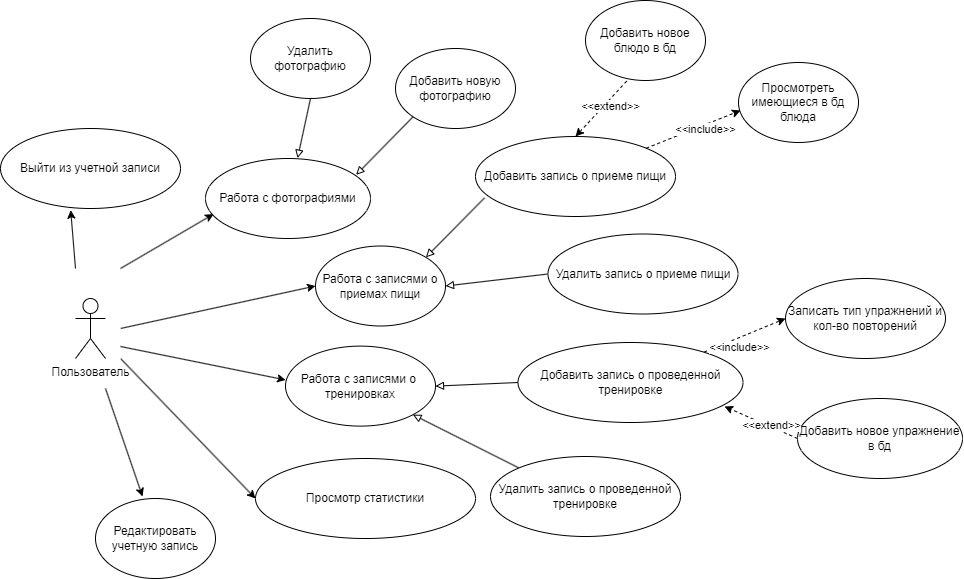
This is docs/diagrams/Use-case user.png from d-poluecktov/light-weight-app, a draw.io export, as it was before one commit. Source tidied: cells renumbered, new cells last; positions are measured from the earlier drawing's top-left corner, leaving out a move shared by most shapes. The source it was exported from:
```xml
<mxGraphModel>
  <root>
    <mxCell id="0" />
    <mxCell id="1" parent="0" />
    <mxCell id="2" style="rounded=0;jettySize=auto;html=1;exitX=0.5;exitY=0;exitDx=0;exitDy=0;entryX=0;entryY=0.5;entryDx=0;entryDy=0;" parent="1" edge="1" source="4" target="29">
      <mxGeometry relative="1" as="geometry" />
    </mxCell>
    <mxCell id="3" style="rounded=0;jettySize=auto;html=1;exitX=0.75;exitY=0;exitDx=0;exitDy=0;entryX=0;entryY=0.5;entryDx=0;entryDy=0;" parent="1" edge="1" source="4" target="9">
      <mxGeometry relative="1" as="geometry" />
    </mxCell>
    <mxCell id="4" style="rounded=0;whiteSpace=wrap;html=1;rotation=90;strokeColor=none;" parent="1" vertex="1">
      <mxGeometry x="30" y="298" width="120" height="60" as="geometry" />
    </mxCell>
    <mxCell id="5" value="Пользователь" style="shape=umlActor;verticalLabelPosition=bottom;verticalAlign=top;html=1;" parent="1" vertex="1">
      <mxGeometry x="75" y="298" width="30" height="60" as="geometry" />
    </mxCell>
    <mxCell id="6" value="Выйти из учетной записи" style="ellipse;whiteSpace=wrap;html=1;" parent="1" vertex="1">
      <mxGeometry y="128" width="180" height="80" as="geometry" />
    </mxCell>
    <mxCell id="7" style="rounded=0;jettySize=auto;html=1;exitX=0;exitY=0.75;exitDx=0;exitDy=0;entryX=0.39;entryY=1.021;entryDx=0;entryDy=0;entryPerimeter=0;" parent="1" edge="1" source="4" target="6">
      <mxGeometry relative="1" as="geometry" />
    </mxCell>
    <mxCell id="8" style="rounded=0;jettySize=auto;html=1;exitX=0.65;exitY=0;exitDx=0;exitDy=0;exitPerimeter=0;entryX=0.001;entryY=0.423;entryDx=0;entryDy=0;entryPerimeter=0;" parent="1" edge="1" source="4" target="32">
      <mxGeometry relative="1" as="geometry" />
    </mxCell>
    <mxCell id="9" value="Просмотр статистики" style="ellipse;whiteSpace=wrap;html=1;" parent="1" vertex="1">
      <mxGeometry x="255" y="458" width="220" height="80" as="geometry" />
    </mxCell>
    <mxCell id="10" value="Редактировать учетную запись" style="ellipse;whiteSpace=wrap;html=1;" parent="1" vertex="1">
      <mxGeometry x="95" y="498" width="120" height="80" as="geometry" />
    </mxCell>
    <mxCell id="11" style="rounded=0;jettySize=auto;html=1;exitX=1;exitY=0.25;exitDx=0;exitDy=0;entryX=0.392;entryY=-0.025;entryDx=0;entryDy=0;entryPerimeter=0;" parent="1" edge="1" source="4" target="10">
      <mxGeometry relative="1" as="geometry" />
    </mxCell>
    <mxCell id="12" style="rounded=0;jettySize=auto;html=1;exitX=0;exitY=0;exitDx=0;exitDy=0;entryX=0.049;entryY=0.695;entryDx=0;entryDy=0;entryPerimeter=0;" parent="1" edge="1" source="4" target="30">
      <mxGeometry relative="1" as="geometry" />
    </mxCell>
    <mxCell id="13" style="rounded=0;jettySize=auto;html=1;exitX=0.045;exitY=0.768;exitDx=0;exitDy=0;entryX=1;entryY=0;entryDx=0;entryDy=0;endArrow=block;endFill=0;exitPerimeter=0;" parent="1" edge="1" source="14" target="29">
      <mxGeometry relative="1" as="geometry" />
    </mxCell>
    <mxCell id="14" value="Добавить запись о приеме пищи" style="ellipse;whiteSpace=wrap;html=1;" parent="1" vertex="1">
      <mxGeometry x="475" y="136" width="200" height="80" as="geometry" />
    </mxCell>
    <mxCell id="15" value="Добавить запись о проведенной тренировке" style="ellipse;whiteSpace=wrap;html=1;" parent="1" vertex="1">
      <mxGeometry x="517.5" y="342" width="225" height="80" as="geometry" />
    </mxCell>
    <mxCell id="16" style="rounded=0;jettySize=auto;html=1;dashed=1;entryX=0;entryY=0.5;entryDx=0;entryDy=0;" parent="1" edge="1" source="15" target="18">
      <mxGeometry relative="1" as="geometry" />
    </mxCell>
    <mxCell id="17" value="&amp;lt;&amp;lt;include&amp;gt;&amp;gt;" style="edgeLabel;html=1;align=center;verticalAlign=middle;" parent="16" vertex="1">
      <mxGeometry x="-0.59" y="-2" relative="1" as="geometry">
        <mxPoint x="18" y="-2" as="offset" />
      </mxGeometry>
    </mxCell>
    <mxCell id="18" value="Записать тип упражнений и кол-во повторений" style="ellipse;whiteSpace=wrap;html=1;" parent="1" vertex="1">
      <mxGeometry x="785" y="278" width="160" height="80" as="geometry" />
    </mxCell>
    <mxCell id="19" value="Просмотреть имеющиеся в бд блюда" style="ellipse;whiteSpace=wrap;html=1;" parent="1" vertex="1">
      <mxGeometry x="738" y="62" width="120" height="80" as="geometry" />
    </mxCell>
    <mxCell id="20" style="rounded=0;jettySize=auto;html=1;exitX=1;exitY=0;exitDx=0;exitDy=0;entryX=0.017;entryY=0.6;entryDx=0;entryDy=0;entryPerimeter=0;dashed=1;" parent="1" edge="1" source="14" target="19">
      <mxGeometry relative="1" as="geometry" />
    </mxCell>
    <mxCell id="21" value="&amp;lt;&amp;lt;include&amp;gt;&amp;gt;" style="edgeLabel;html=1;align=center;verticalAlign=middle;" parent="20" vertex="1">
      <mxGeometry x="0.2" y="-2" relative="1" as="geometry">
        <mxPoint x="1" as="offset" />
      </mxGeometry>
    </mxCell>
    <mxCell id="22" style="rounded=0;jettySize=auto;html=1;dashed=1;exitX=0.343;exitY=1.008;exitDx=0;exitDy=0;entryX=0.5;entryY=0;entryDx=0;entryDy=0;exitPerimeter=0;" parent="1" edge="1" source="24" target="14">
      <mxGeometry relative="1" as="geometry" />
    </mxCell>
    <mxCell id="23" value="&amp;lt;&amp;lt;extend&amp;gt;&amp;gt;" style="edgeLabel;html=1;align=center;verticalAlign=middle;" parent="22" vertex="1">
      <mxGeometry x="-0.2" y="3" relative="1" as="geometry" />
    </mxCell>
    <mxCell id="24" value="Добавить новое блюдо в бд" style="ellipse;whiteSpace=wrap;html=1;" parent="1" vertex="1">
      <mxGeometry x="585" width="120" height="80" as="geometry" />
    </mxCell>
    <mxCell id="25" value="Добавить новую фотографию" style="ellipse;whiteSpace=wrap;html=1;" parent="1" vertex="1">
      <mxGeometry x="395" y="48" width="120" height="80" as="geometry" />
    </mxCell>
    <mxCell id="26" value="Добавить новое упражнение в бд" style="ellipse;whiteSpace=wrap;html=1;" parent="1" vertex="1">
      <mxGeometry x="797" y="398" width="165" height="80" as="geometry" />
    </mxCell>
    <mxCell id="27" style="rounded=0;jettySize=auto;html=1;exitX=0;exitY=0.5;exitDx=0;exitDy=0;entryX=0.918;entryY=0.8;entryDx=0;entryDy=0;entryPerimeter=0;dashed=1;" parent="1" edge="1" source="26" target="15">
      <mxGeometry relative="1" as="geometry" />
    </mxCell>
    <mxCell id="28" value="&amp;lt;&amp;lt;extend&amp;gt;&amp;gt;" style="edgeLabel;html=1;align=center;verticalAlign=middle;" parent="27" vertex="1">
      <mxGeometry x="-0.23" relative="1" as="geometry">
        <mxPoint y="-3" as="offset" />
      </mxGeometry>
    </mxCell>
    <mxCell id="29" value="Работа с записями о приемах пищи" style="ellipse;whiteSpace=wrap;html=1;" parent="1" vertex="1">
      <mxGeometry x="315" y="245.5" width="130" height="80" as="geometry" />
    </mxCell>
    <mxCell id="30" value="Работа с фотографиями" style="ellipse;whiteSpace=wrap;html=1;" parent="1" vertex="1">
      <mxGeometry x="205" y="158" width="165" height="80" as="geometry" />
    </mxCell>
    <mxCell id="31" style="rounded=0;jettySize=auto;html=1;exitX=0;exitY=1;exitDx=0;exitDy=0;entryX=0.913;entryY=0.204;entryDx=0;entryDy=0;entryPerimeter=0;endArrow=block;endFill=0;" parent="1" edge="1" source="25" target="30">
      <mxGeometry relative="1" as="geometry" />
    </mxCell>
    <mxCell id="32" value="Работа с записями о&amp;nbsp;&lt;div&gt;тренировках&lt;/div&gt;" style="ellipse;whiteSpace=wrap;html=1;" parent="1" vertex="1">
      <mxGeometry x="285" y="345.6" width="150" height="80" as="geometry" />
    </mxCell>
    <mxCell id="33" style="rounded=0;jettySize=auto;html=1;exitX=0;exitY=0.5;exitDx=0;exitDy=0;entryX=1;entryY=0.5;entryDx=0;entryDy=0;endArrow=block;endFill=0;" parent="1" edge="1" source="15" target="32">
      <mxGeometry relative="1" as="geometry" />
    </mxCell>
    <mxCell id="34" style="rounded=0;jettySize=auto;html=1;exitX=0;exitY=0.5;exitDx=0;exitDy=0;entryX=1;entryY=0.5;entryDx=0;entryDy=0;endArrow=block;endFill=0;" parent="1" edge="1" source="35" target="29">
      <mxGeometry relative="1" as="geometry" />
    </mxCell>
    <mxCell id="35" value="Удалить запись о приеме пищи" style="ellipse;whiteSpace=wrap;html=1;" parent="1" vertex="1">
      <mxGeometry x="547.5" y="233.5" width="190" height="80" as="geometry" />
    </mxCell>
    <mxCell id="36" style="rounded=0;jettySize=auto;html=1;exitX=0;exitY=0;exitDx=0;exitDy=0;entryX=1;entryY=1;entryDx=0;entryDy=0;endArrow=block;endFill=0;" parent="1" edge="1" source="37" target="32">
      <mxGeometry relative="1" as="geometry" />
    </mxCell>
    <mxCell id="37" value="Удалить запись о проведенной тренировке" style="ellipse;whiteSpace=wrap;html=1;" parent="1" vertex="1">
      <mxGeometry x="490" y="456" width="190" height="80" as="geometry" />
    </mxCell>
    <mxCell id="38" style="rounded=0;jettySize=auto;html=1;exitX=0.5;exitY=1;exitDx=0;exitDy=0;entryX=0.558;entryY=-0.004;entryDx=0;entryDy=0;entryPerimeter=0;endArrow=block;endFill=0;" parent="1" edge="1" source="39" target="30">
      <mxGeometry relative="1" as="geometry" />
    </mxCell>
    <mxCell id="39" value="Удалить фотографию" style="ellipse;whiteSpace=wrap;html=1;" parent="1" vertex="1">
      <mxGeometry x="250" y="18" width="120" height="80" as="geometry" />
    </mxCell>
  </root>
</mxGraphModel>
```
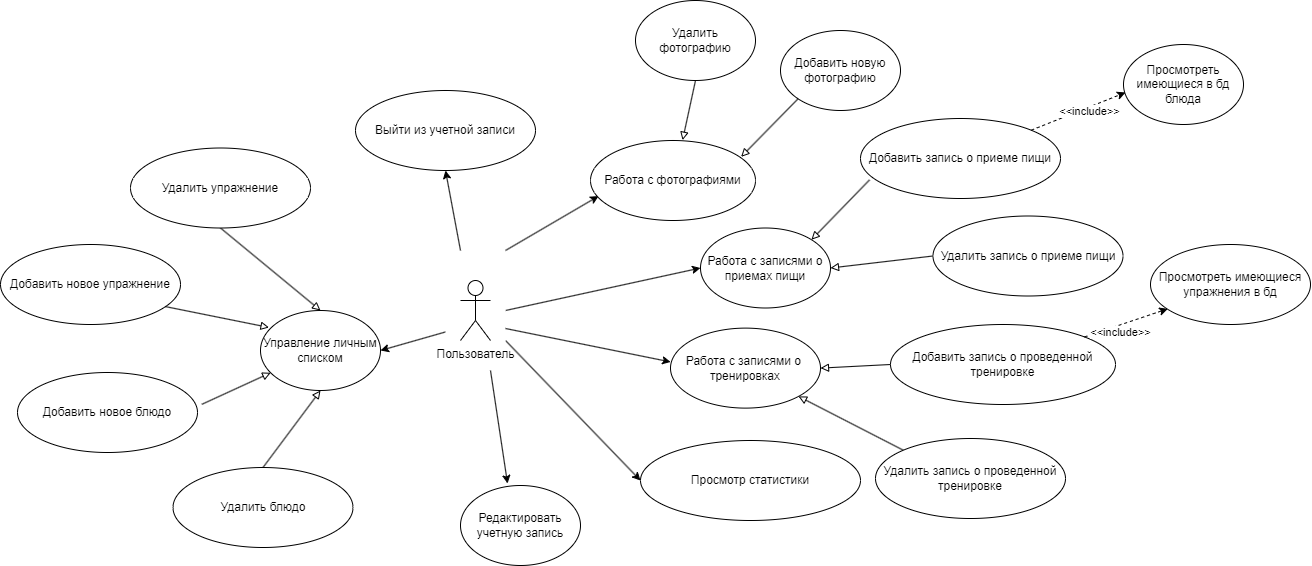
After the commit.

Change to the diagram source:
```diff
@@ -8,6 +8,9 @@
     <mxCell id="3" style="rounded=0;jettySize=auto;html=1;exitX=0.75;exitY=0;exitDx=0;exitDy=0;entryX=0;entryY=0.5;entryDx=0;entryDy=0;" parent="1" edge="1" source="4" target="9">
       <mxGeometry relative="1" as="geometry" />
     </mxCell>
+    <mxCell id="40" style="rounded=0;jettySize=auto;html=1;exitX=0.667;exitY=0.917;exitDx=0;exitDy=0;entryX=1;entryY=0.5;entryDx=0;entryDy=0;endArrow=classic;endFill=1;exitPerimeter=0;" parent="1" edge="1" source="4" target="44">
+      <mxGeometry relative="1" as="geometry" />
+    </mxCell>
     <mxCell id="4" style="rounded=0;whiteSpace=wrap;html=1;rotation=90;strokeColor=none;" parent="1" vertex="1">
       <mxGeometry x="30" y="298" width="120" height="60" as="geometry" />
     </mxCell>
@@ -15,9 +18,9 @@
       <mxGeometry x="75" y="298" width="30" height="60" as="geometry" />
     </mxCell>
     <mxCell id="6" value="Выйти из учетной записи" style="ellipse;whiteSpace=wrap;html=1;" parent="1" vertex="1">
-      <mxGeometry y="128" width="180" height="80" as="geometry" />
+      <mxGeometry x="-30" y="108" width="180" height="80" as="geometry" />
     </mxCell>
-    <mxCell id="7" style="rounded=0;jettySize=auto;html=1;exitX=0;exitY=0.75;exitDx=0;exitDy=0;entryX=0.39;entryY=1.021;entryDx=0;entryDy=0;entryPerimeter=0;" parent="1" edge="1" source="4" target="6">
+    <mxCell id="7" style="rounded=0;jettySize=auto;html=1;exitX=0;exitY=0.75;exitDx=0;exitDy=0;entryX=0.5;entryY=1;entryDx=0;entryDy=0;" parent="1" edge="1" source="4" target="6">
       <mxGeometry relative="1" as="geometry" />
     </mxCell>
     <mxCell id="8" style="rounded=0;jettySize=auto;html=1;exitX=0.65;exitY=0;exitDx=0;exitDy=0;exitPerimeter=0;entryX=0.001;entryY=0.423;entryDx=0;entryDy=0;entryPerimeter=0;" parent="1" edge="1" source="4" target="32">
@@ -27,7 +30,7 @@
       <mxGeometry x="255" y="458" width="220" height="80" as="geometry" />
     </mxCell>
     <mxCell id="10" value="Редактировать учетную запись" style="ellipse;whiteSpace=wrap;html=1;" parent="1" vertex="1">
-      <mxGeometry x="95" y="498" width="120" height="80" as="geometry" />
+      <mxGeometry x="75" y="503" width="120" height="80" as="geometry" />
     </mxCell>
     <mxCell id="11" style="rounded=0;jettySize=auto;html=1;exitX=1;exitY=0.25;exitDx=0;exitDy=0;entryX=0.392;entryY=-0.025;entryDx=0;entryDy=0;entryPerimeter=0;" parent="1" edge="1" source="4" target="10">
       <mxGeometry relative="1" as="geometry" />
@@ -42,9 +45,9 @@
       <mxGeometry x="475" y="136" width="200" height="80" as="geometry" />
     </mxCell>
     <mxCell id="15" value="Добавить запись о проведенной тренировке" style="ellipse;whiteSpace=wrap;html=1;" parent="1" vertex="1">
-      <mxGeometry x="517.5" y="342" width="225" height="80" as="geometry" />
+      <mxGeometry x="505" y="342" width="225" height="80" as="geometry" />
     </mxCell>
-    <mxCell id="16" style="rounded=0;jettySize=auto;html=1;dashed=1;entryX=0;entryY=0.5;entryDx=0;entryDy=0;" parent="1" edge="1" source="15" target="18">
+    <mxCell id="16" style="rounded=0;jettySize=auto;html=1;dashed=1;entryX=0.108;entryY=0.804;entryDx=0;entryDy=0;entryPerimeter=0;" parent="1" edge="1" source="15" target="50">
       <mxGeometry relative="1" as="geometry" />
     </mxCell>
     <mxCell id="17" value="&amp;lt;&amp;lt;include&amp;gt;&amp;gt;" style="edgeLabel;html=1;align=center;verticalAlign=middle;" parent="16" vertex="1">
@@ -52,9 +55,6 @@
         <mxPoint x="18" y="-2" as="offset" />
       </mxGeometry>
     </mxCell>
-    <mxCell id="18" value="Записать тип упражнений и кол-во повторений" style="ellipse;whiteSpace=wrap;html=1;" parent="1" vertex="1">
-      <mxGeometry x="785" y="278" width="160" height="80" as="geometry" />
-    </mxCell>
     <mxCell id="19" value="Просмотреть имеющиеся в бд блюда" style="ellipse;whiteSpace=wrap;html=1;" parent="1" vertex="1">
       <mxGeometry x="738" y="62" width="120" height="80" as="geometry" />
     </mxCell>
@@ -66,29 +66,9 @@
         <mxPoint x="1" as="offset" />
       </mxGeometry>
     </mxCell>
-    <mxCell id="22" style="rounded=0;jettySize=auto;html=1;dashed=1;exitX=0.343;exitY=1.008;exitDx=0;exitDy=0;entryX=0.5;entryY=0;entryDx=0;entryDy=0;exitPerimeter=0;" parent="1" edge="1" source="24" target="14">
-      <mxGeometry relative="1" as="geometry" />
-    </mxCell>
-    <mxCell id="23" value="&amp;lt;&amp;lt;extend&amp;gt;&amp;gt;" style="edgeLabel;html=1;align=center;verticalAlign=middle;" parent="22" vertex="1">
-      <mxGeometry x="-0.2" y="3" relative="1" as="geometry" />
-    </mxCell>
-    <mxCell id="24" value="Добавить новое блюдо в бд" style="ellipse;whiteSpace=wrap;html=1;" parent="1" vertex="1">
-      <mxGeometry x="585" width="120" height="80" as="geometry" />
-    </mxCell>
     <mxCell id="25" value="Добавить новую фотографию" style="ellipse;whiteSpace=wrap;html=1;" parent="1" vertex="1">
       <mxGeometry x="395" y="48" width="120" height="80" as="geometry" />
     </mxCell>
-    <mxCell id="26" value="Добавить новое упражнение в бд" style="ellipse;whiteSpace=wrap;html=1;" parent="1" vertex="1">
-      <mxGeometry x="797" y="398" width="165" height="80" as="geometry" />
-    </mxCell>
-    <mxCell id="27" style="rounded=0;jettySize=auto;html=1;exitX=0;exitY=0.5;exitDx=0;exitDy=0;entryX=0.918;entryY=0.8;entryDx=0;entryDy=0;entryPerimeter=0;dashed=1;" parent="1" edge="1" source="26" target="15">
-      <mxGeometry relative="1" as="geometry" />
-    </mxCell>
-    <mxCell id="28" value="&amp;lt;&amp;lt;extend&amp;gt;&amp;gt;" style="edgeLabel;html=1;align=center;verticalAlign=middle;" parent="27" vertex="1">
-      <mxGeometry x="-0.23" relative="1" as="geometry">
-        <mxPoint y="-3" as="offset" />
-      </mxGeometry>
-    </mxCell>
     <mxCell id="29" value="Работа с записями о приемах пищи" style="ellipse;whiteSpace=wrap;html=1;" parent="1" vertex="1">
       <mxGeometry x="315" y="245.5" width="130" height="80" as="geometry" />
     </mxCell>
@@ -122,5 +102,35 @@
     <mxCell id="39" value="Удалить фотографию" style="ellipse;whiteSpace=wrap;html=1;" parent="1" vertex="1">
       <mxGeometry x="250" y="18" width="120" height="80" as="geometry" />
     </mxCell>
+    <mxCell id="41" style="rounded=0;jettySize=auto;html=1;exitX=1.024;exitY=0.398;exitDx=0;exitDy=0;endArrow=block;endFill=0;exitPerimeter=0;" parent="1" edge="1" source="42" target="44">
+      <mxGeometry relative="1" as="geometry" />
+    </mxCell>
+    <mxCell id="42" value="Добавить новое блюдо" style="ellipse;whiteSpace=wrap;html=1;" parent="1" vertex="1">
+      <mxGeometry x="-368" y="390" width="180" height="80" as="geometry" />
+    </mxCell>
+    <mxCell id="43" value="Добавить новое упражнение" style="ellipse;whiteSpace=wrap;html=1;" parent="1" vertex="1">
+      <mxGeometry x="-385" y="262" width="180" height="80" as="geometry" />
+    </mxCell>
+    <mxCell id="44" value="Управление личным списком" style="ellipse;whiteSpace=wrap;html=1;" parent="1" vertex="1">
+      <mxGeometry x="-125" y="328" width="120" height="80" as="geometry" />
+    </mxCell>
+    <mxCell id="45" style="rounded=0;jettySize=auto;html=1;exitX=0.916;exitY=0.776;exitDx=0;exitDy=0;entryX=0.071;entryY=0.212;entryDx=0;entryDy=0;endArrow=block;endFill=0;exitPerimeter=0;entryPerimeter=0;" parent="1" edge="1" source="43" target="44">
+      <mxGeometry relative="1" as="geometry" />
+    </mxCell>
+    <mxCell id="46" style="rounded=0;jettySize=auto;html=1;exitX=0.5;exitY=1;exitDx=0;exitDy=0;entryX=0.5;entryY=0;entryDx=0;entryDy=0;endArrow=block;endFill=0;" parent="1" edge="1" source="47" target="44">
+      <mxGeometry relative="1" as="geometry" />
+    </mxCell>
+    <mxCell id="47" value="Удалить упражнение" style="ellipse;whiteSpace=wrap;html=1;" parent="1" vertex="1">
+      <mxGeometry x="-255" y="165.5" width="180" height="80" as="geometry" />
+    </mxCell>
+    <mxCell id="48" style="rounded=0;jettySize=auto;html=1;exitX=0.5;exitY=0;exitDx=0;exitDy=0;entryX=0.5;entryY=1;entryDx=0;entryDy=0;endArrow=block;endFill=0;" parent="1" edge="1" source="49" target="44">
+      <mxGeometry relative="1" as="geometry" />
+    </mxCell>
+    <mxCell id="49" value="Удалить блюдо" style="ellipse;whiteSpace=wrap;html=1;" parent="1" vertex="1">
+      <mxGeometry x="-212.5" y="485" width="180" height="80" as="geometry" />
+    </mxCell>
+    <mxCell id="50" value="Просмотреть имеющиеся упражнения в бд" style="ellipse;whiteSpace=wrap;html=1;" parent="1" vertex="1">
+      <mxGeometry x="765" y="262" width="160" height="80" as="geometry" />
+    </mxCell>
   </root>
 </mxGraphModel>
```
